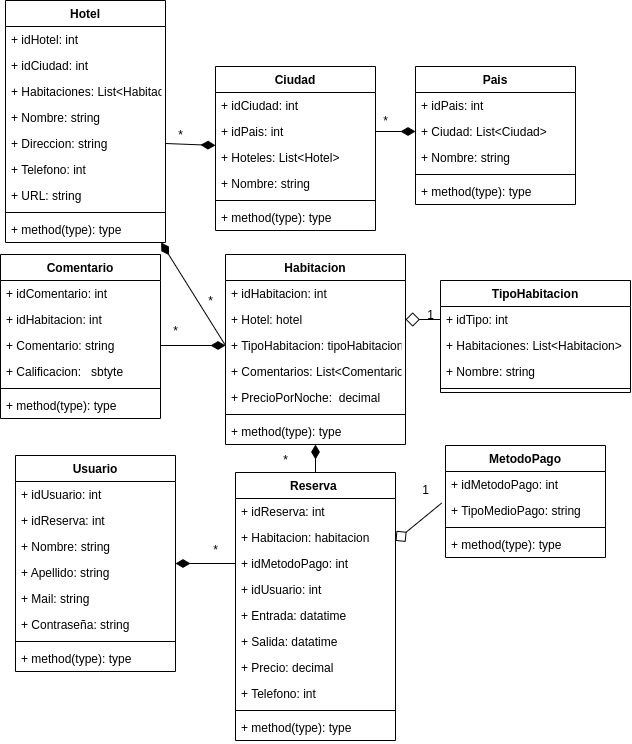
LuzIbarra7/TrabajoPracticoBaseDatos keeps this draw.io diagram as doc/diagrama.drawio.png. Above is the earlier version. Source tidied: cells renumbered, new cells last; positions are measured from the earlier drawing's top-left corner, leaving out a move shared by most shapes.
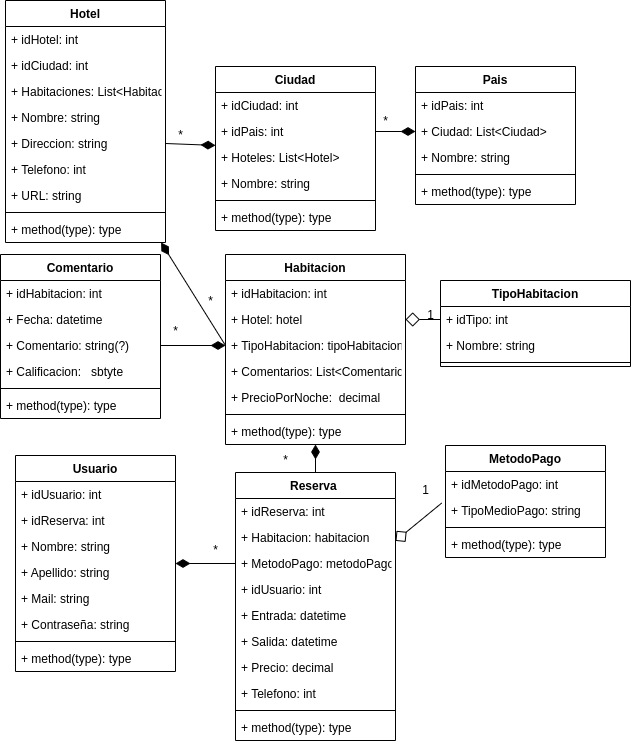
The same diagram one commit later.

What changed in the source:
```diff
@@ -80,13 +80,13 @@
     <mxCell id="27" value="Comentario" style="swimlane;fontStyle=1;align=center;verticalAlign=top;horizontal=1;startSize=26;" parent="1" vertex="1">
       <mxGeometry y="254" width="160" height="164" as="geometry" />
     </mxCell>
-    <mxCell id="28" value="+ idComentario: int" style="text;strokeColor=none;fillColor=none;align=left;verticalAlign=top;spacingLeft=4;spacingRight=4;overflow=hidden;" parent="27" vertex="1">
-      <mxGeometry y="26" width="160" height="26" as="geometry" />
-    </mxCell>
     <mxCell id="29" value="+ idHabitacion: int" style="text;strokeColor=none;fillColor=none;align=left;verticalAlign=top;spacingLeft=4;spacingRight=4;overflow=hidden;" parent="27" vertex="1">
-      <mxGeometry y="52" width="160" height="26" as="geometry" />
+      <mxGeometry y="26" width="160" height="26" as="geometry" />
     </mxCell>
+    <mxCell id="86" value="+ Fecha: datetime&#10;" style="text;strokeColor=none;fillColor=none;align=left;verticalAlign=top;spacingLeft=4;spacingRight=4;overflow=hidden;" parent="27" vertex="1">
+      <mxGeometry y="52" width="160" height="26" as="geometry" />
+    </mxCell>
-    <mxCell id="30" value="+ Comentario: string " style="text;strokeColor=none;fillColor=none;align=left;verticalAlign=top;spacingLeft=4;spacingRight=4;overflow=hidden;points=[[0,0.5],[1,0.5]];portConstraint=eastwest;" parent="27" vertex="1">
+    <mxCell id="30" value="+ Comentario: string(?) " style="text;strokeColor=none;fillColor=none;align=left;verticalAlign=top;spacingLeft=4;spacingRight=4;overflow=hidden;points=[[0,0.5],[1,0.5]];portConstraint=eastwest;" parent="27" vertex="1">
       <mxGeometry y="78" width="160" height="26" as="geometry" />
     </mxCell>
     <mxCell id="31" value="+ Calificacion:   sbtyte" style="text;strokeColor=none;fillColor=none;align=left;verticalAlign=top;spacingLeft=4;spacingRight=4;overflow=hidden;" parent="27" vertex="1">
@@ -143,16 +143,16 @@
     <mxCell id="48" value="+ Habitacion: habitacion" style="text;strokeColor=none;fillColor=none;align=left;verticalAlign=top;spacingLeft=4;spacingRight=4;overflow=hidden;" parent="46" vertex="1">
       <mxGeometry y="52" width="160" height="26" as="geometry" />
     </mxCell>
-    <mxCell id="49" value="+ idMetodoPago: int" style="text;strokeColor=none;fillColor=none;align=left;verticalAlign=top;spacingLeft=4;spacingRight=4;overflow=hidden;points=[[0,0.5],[1,0.5]];portConstraint=eastwest;" parent="46" vertex="1">
+    <mxCell id="49" value="+ MetodoPago: metodoPago" style="text;strokeColor=none;fillColor=none;align=left;verticalAlign=top;spacingLeft=4;spacingRight=4;overflow=hidden;points=[[0,0.5],[1,0.5]];portConstraint=eastwest;" parent="46" vertex="1">
       <mxGeometry y="78" width="160" height="26" as="geometry" />
     </mxCell>
     <mxCell id="50" value="+ idUsuario: int" style="text;strokeColor=none;fillColor=none;align=left;verticalAlign=top;spacingLeft=4;spacingRight=4;overflow=hidden;" parent="46" vertex="1">
       <mxGeometry y="104" width="160" height="26" as="geometry" />
     </mxCell>
-    <mxCell id="51" value="+ Entrada: datatime  " style="text;strokeColor=none;fillColor=none;align=left;verticalAlign=top;spacingLeft=4;spacingRight=4;overflow=hidden;" parent="46" vertex="1">
+    <mxCell id="51" value="+ Entrada: datetime  " style="text;strokeColor=none;fillColor=none;align=left;verticalAlign=top;spacingLeft=4;spacingRight=4;overflow=hidden;" parent="46" vertex="1">
       <mxGeometry y="130" width="160" height="26" as="geometry" />
     </mxCell>
-    <mxCell id="52" value="+ Salida: datatime" style="text;strokeColor=none;fillColor=none;align=left;verticalAlign=top;spacingLeft=4;spacingRight=4;overflow=hidden;" parent="46" vertex="1">
+    <mxCell id="52" value="+ Salida: datetime" style="text;strokeColor=none;fillColor=none;align=left;verticalAlign=top;spacingLeft=4;spacingRight=4;overflow=hidden;" parent="46" vertex="1">
       <mxGeometry y="156" width="160" height="26" as="geometry" />
     </mxCell>
     <mxCell id="53" value="+ Precio: decimal" style="text;strokeColor=none;fillColor=none;align=left;verticalAlign=top;spacingLeft=4;spacingRight=4;overflow=hidden;" parent="46" vertex="1">
@@ -198,19 +198,16 @@
       <mxGeometry y="190" width="160" height="26" as="geometry" />
     </mxCell>
     <mxCell id="67" value="TipoHabitacion" style="swimlane;fontStyle=1;align=center;verticalAlign=top;horizontal=1;startSize=26;" parent="1" vertex="1">
-      <mxGeometry x="440" y="280" width="190" height="112" as="geometry" />
+      <mxGeometry x="440" y="280" width="190" height="86" as="geometry" />
     </mxCell>
     <mxCell id="68" value="+ idTipo: int" style="text;strokeColor=none;fillColor=none;align=left;verticalAlign=top;spacingLeft=4;spacingRight=4;overflow=hidden;points=[[0,0.5],[1,0.5]];portConstraint=eastwest;" parent="67" vertex="1">
       <mxGeometry y="26" width="190" height="26" as="geometry" />
     </mxCell>
-    <mxCell id="69" value="+ Habitaciones: List&lt;Habitacion&gt; " style="text;strokeColor=none;fillColor=none;align=left;verticalAlign=top;spacingLeft=4;spacingRight=4;overflow=hidden;" parent="67" vertex="1">
-      <mxGeometry y="52" width="190" height="26" as="geometry" />
-    </mxCell>
     <mxCell id="70" value="+ Nombre: string " style="text;strokeColor=none;fillColor=none;align=left;verticalAlign=top;spacingLeft=4;spacingRight=4;overflow=hidden;" parent="67" vertex="1">
-      <mxGeometry y="78" width="190" height="26" as="geometry" />
+      <mxGeometry y="52" width="190" height="26" as="geometry" />
     </mxCell>
     <mxCell id="71" style="line;strokeWidth=1;fillColor=none;align=left;verticalAlign=middle;spacingTop=-1;spacingLeft=3;spacingRight=3;labelPosition=right;strokeColor=inherit;" parent="67" vertex="1">
-      <mxGeometry y="104" width="190" height="8" as="geometry" />
+      <mxGeometry y="78" width="190" height="8" as="geometry" />
     </mxCell>
     <mxCell id="72" value="MetodoPago" style="swimlane;fontStyle=1;align=center;verticalAlign=top;horizontal=1;startSize=26;" parent="1" vertex="1">
       <mxGeometry x="445" y="445" width="160" height="112" as="geometry" />
```
